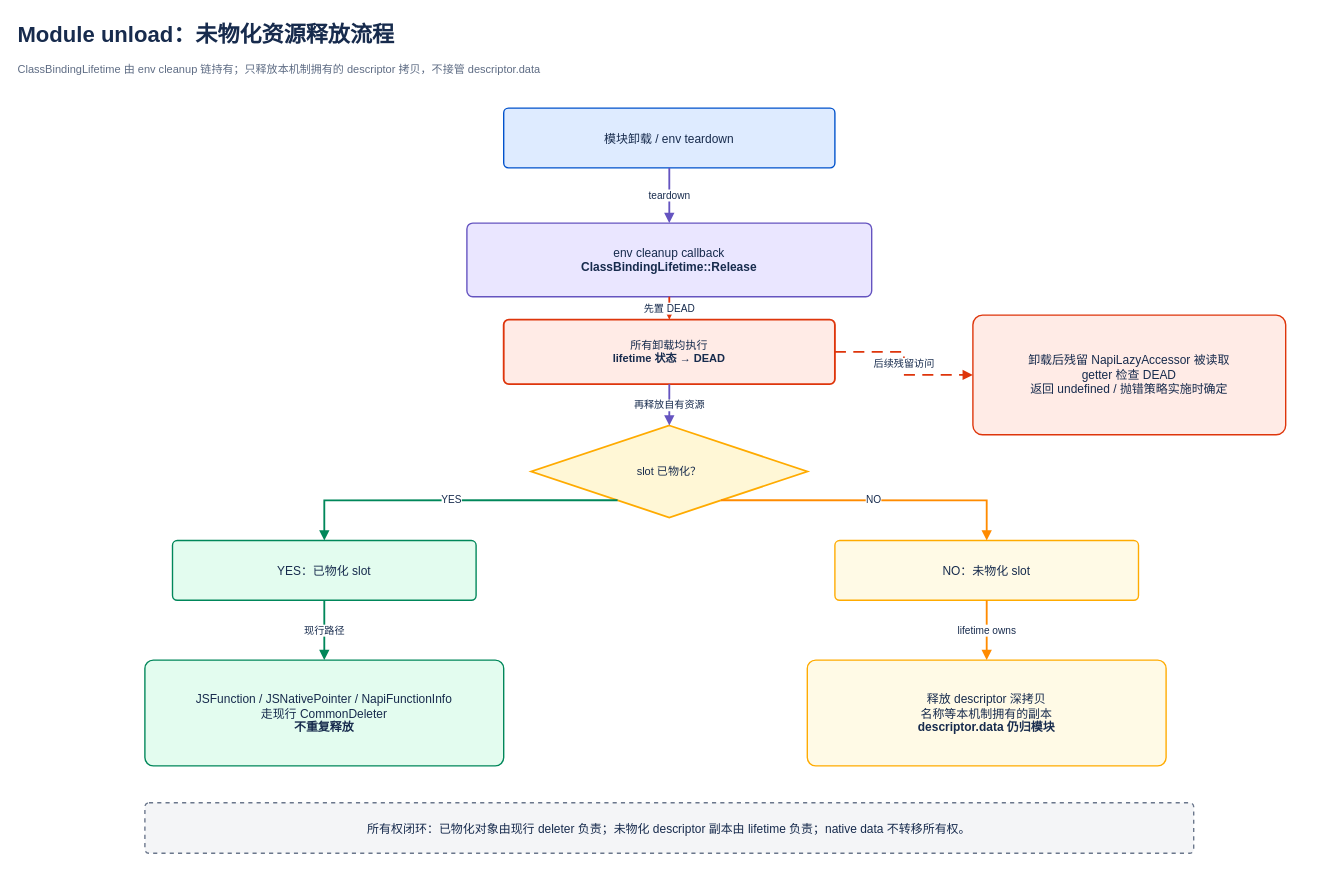
This is hidden-class-comparison/detailed-proposals/native-interop-lazy-binding/napi-lazy-binding-unload-flow.drawio from xuanjiazhen/invest, a draw.io file, before an edit. Source tidied: cells renumbered, new cells numbered last; positions are measured from the earlier drawing's top-left corner, leaving out a move shared by most shapes. Both pictures are drawn from the tidied source at 92%, with x=0, y=0 at pixel (16, 16).
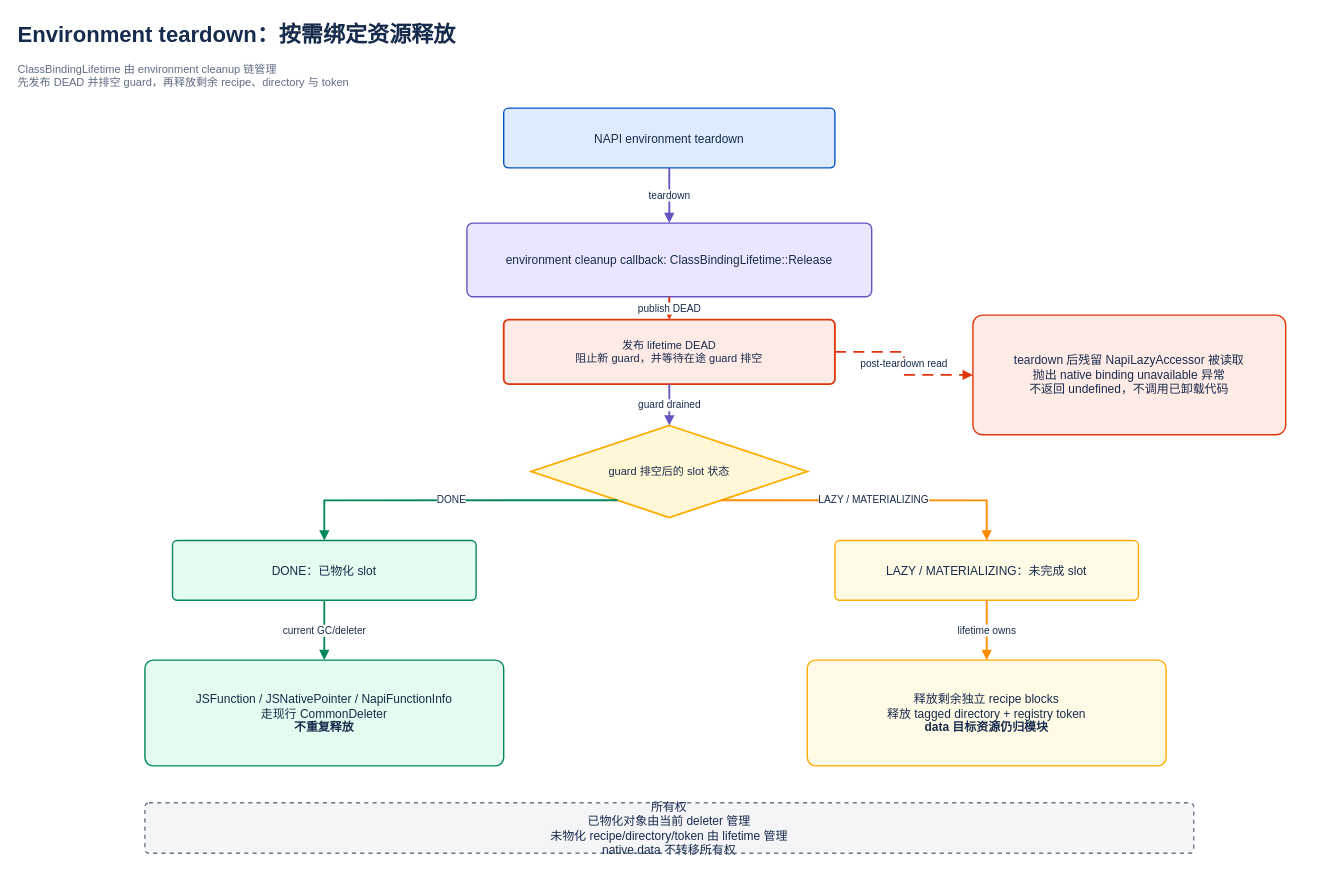
The same page after the edit.

Unchanged cells that the change refers to:
```xml
<mxCell id="10" value="JSFunction / JSNativePointer / NapiFunctionInfo&lt;br&gt;走现行 CommonDeleter&lt;br&gt;&lt;b&gt;不重复释放&lt;/b&gt;" style="rounded=1;arcSize=8;whiteSpace=wrap;html=1;align=center;verticalAlign=middle;fontSize=13;spacing=8;fillColor=#E3FCEF;strokeColor=#00875A;strokeWidth=1.5;fontColor=#172B4D;" parent="1" vertex="1">
  <mxGeometry x="140" y="700" width="390" height="115" as="geometry" />
</mxCell>
```

Diff of the diagram source:
```diff
@@
-    <mxCell id="2" value="Module unload：未物化资源释放流程" style="text;html=1;strokeColor=none;fillColor=none;align=left;verticalAlign=middle;fontSize=24;fontStyle=1;fontColor=#172B4D;whiteSpace=wrap;" parent="1" vertex="1">
+    <mxCell id="2" value="Environment teardown：按需绑定资源释放" style="text;html=1;strokeColor=none;fillColor=none;align=left;verticalAlign=middle;fontSize=24;fontStyle=1;fontColor=#172B4D;whiteSpace=wrap;" parent="1" vertex="1">
       <mxGeometry width="1420" height="42" as="geometry" />
     </mxCell>
-    <mxCell id="3" value="ClassBindingLifetime 由 env cleanup 链持有；只释放本机制拥有的 descriptor 拷贝，不接管 descriptor.data" style="text;html=1;strokeColor=none;fillColor=none;align=left;verticalAlign=top;fontSize=12;fontColor=#5E6C84;whiteSpace=wrap;" parent="1" vertex="1">
+    <mxCell id="3" value="ClassBindingLifetime 由 environment cleanup 链管理&lt;div&gt;先发布 DEAD 并排空 guard，再释放剩余 recipe、directory 与 token&lt;/div&gt;" style="text;html=1;strokeColor=none;fillColor=none;align=left;verticalAlign=top;fontSize=12;fontColor=#5E6C84;whiteSpace=wrap;" parent="1" vertex="1">
       <mxGeometry y="44" width="1420" height="34" as="geometry" />
     </mxCell>
-    <mxCell id="4" value="模块卸载 / env teardown" style="rounded=1;arcSize=8;whiteSpace=wrap;html=1;align=center;verticalAlign=middle;fontSize=13;spacing=8;fillColor=#DEEBFF;strokeColor=#0052CC;strokeWidth=1.5;fontColor=#172B4D;" parent="1" vertex="1">
+    <mxCell id="4" value="NAPI environment teardown" style="rounded=1;arcSize=8;whiteSpace=wrap;html=1;align=center;verticalAlign=middle;fontSize=13;spacing=8;fillColor=#DEEBFF;strokeColor=#0052CC;strokeWidth=1.5;fontColor=#172B4D;" parent="1" vertex="1">
       <mxGeometry x="530" y="100" width="360" height="65" as="geometry" />
     </mxCell>
-    <mxCell id="5" value="env cleanup callback&lt;br&gt;&lt;b&gt;ClassBindingLifetime::Release&lt;/b&gt;" style="rounded=1;arcSize=8;whiteSpace=wrap;html=1;align=center;verticalAlign=middle;fontSize=13;spacing=8;fillColor=#EAE6FF;strokeColor=#6554C0;strokeWidth=1.5;fontColor=#172B4D;" parent="1" vertex="1">
+    <mxCell id="5" value="environment cleanup callback: ClassBindingLifetime::Release" style="rounded=1;arcSize=8;whiteSpace=wrap;html=1;align=center;verticalAlign=middle;fontSize=13;spacing=8;fillColor=#EAE6FF;strokeColor=#6554C0;strokeWidth=1.5;fontColor=#172B4D;" parent="1" vertex="1">
       <mxGeometry x="490" y="225" width="440" height="80" as="geometry" />
     </mxCell>
@@
-    <mxCell id="7" value="YES：已物化 slot" style="rounded=1;arcSize=8;whiteSpace=wrap;html=1;align=center;verticalAlign=middle;fontSize=13;spacing=8;fillColor=#E3FCEF;strokeColor=#00875A;strokeWidth=1.5;fontColor=#172B4D;" parent="1" vertex="1">
+    <mxCell id="7" value="DONE：已物化 slot" style="rounded=1;arcSize=8;whiteSpace=wrap;html=1;align=center;verticalAlign=middle;fontSize=13;spacing=8;fillColor=#E3FCEF;strokeColor=#00875A;strokeWidth=1.5;fontColor=#172B4D;" parent="1" vertex="1">
       <mxGeometry x="170" y="570" width="330" height="65" as="geometry" />
     </mxCell>
-    <mxCell id="8" value="NO：未物化 slot" style="rounded=1;arcSize=8;whiteSpace=wrap;html=1;align=center;verticalAlign=middle;fontSize=13;spacing=8;fillColor=#FFFAE6;strokeColor=#FFAB00;strokeWidth=1.5;fontColor=#172B4D;" parent="1" vertex="1">
+    <mxCell id="8" value="LAZY / MATERIALIZING：未完成 slot" style="rounded=1;arcSize=8;whiteSpace=wrap;html=1;align=center;verticalAlign=middle;fontSize=13;spacing=8;fillColor=#FFFAE6;strokeColor=#FFAB00;strokeWidth=1.5;fontColor=#172B4D;" parent="1" vertex="1">
       <mxGeometry x="890" y="570" width="330" height="65" as="geometry" />
     </mxCell>
-    <mxCell id="9" value="所有卸载均执行&lt;br&gt;&lt;b&gt;lifetime 状态 → DEAD&lt;/b&gt;" style="rounded=1;arcSize=8;whiteSpace=wrap;html=1;align=center;verticalAlign=middle;fontSize=12;spacing=6;fillColor=#FFEBE6;strokeColor=#DE350B;strokeWidth=2;fontColor=#172B4D;" parent="1" vertex="1">
+    <mxCell id="9" value="发布 lifetime DEAD&lt;div&gt;阻止新 guard，并等待在途 guard 排空&lt;/div&gt;" style="rounded=1;arcSize=8;whiteSpace=wrap;html=1;align=center;verticalAlign=middle;fontSize=12;spacing=6;fillColor=#FFEBE6;strokeColor=#DE350B;strokeWidth=2;fontColor=#172B4D;" parent="1" vertex="1">
       <mxGeometry x="530" y="330" width="360" height="70" as="geometry" />
     </mxCell>
@@
-    <mxCell id="11" value="释放 descriptor 深拷贝&lt;br&gt;名称等本机制拥有的副本&lt;br&gt;&lt;b&gt;descriptor.data 仍归模块&lt;/b&gt;" style="rounded=1;arcSize=8;whiteSpace=wrap;html=1;align=center;verticalAlign=middle;fontSize=13;spacing=8;fillColor=#FFFAE6;strokeColor=#FFAB00;strokeWidth=1.5;fontColor=#172B4D;" parent="1" vertex="1">
+    <mxCell id="11" value="释放剩余独立 recipe blocks&lt;br&gt;释放 tagged directory + registry token&lt;br&gt;&lt;b&gt;data 目标资源仍归模块&lt;/b&gt;" style="rounded=1;arcSize=8;whiteSpace=wrap;html=1;align=center;verticalAlign=middle;fontSize=13;spacing=8;fillColor=#FFFAE6;strokeColor=#FFAB00;strokeWidth=1.5;fontColor=#172B4D;" parent="1" vertex="1">
       <mxGeometry x="860" y="700" width="390" height="115" as="geometry" />
     </mxCell>
-    <mxCell id="12" value="卸载后残留 NapiLazyAccessor 被读取&lt;br&gt;getter 检查 DEAD&lt;br&gt;返回 undefined / 抛错策略实施时确定" style="rounded=1;arcSize=8;whiteSpace=wrap;html=1;align=center;verticalAlign=middle;fontSize=13;spacing=8;fillColor=#FFEBE6;strokeColor=#DE350B;strokeWidth=1.5;fontColor=#172B4D;" parent="1" vertex="1">
+    <mxCell id="12" value="teardown 后残留 NapiLazyAccessor 被读取&lt;div&gt;抛出 native binding unavailable 异常&lt;/div&gt;&lt;div&gt;不返回 undefined，不调用已卸载代码&lt;/div&gt;" style="rounded=1;arcSize=8;whiteSpace=wrap;html=1;align=center;verticalAlign=middle;fontSize=13;spacing=8;fillColor=#FFEBE6;strokeColor=#DE350B;strokeWidth=1.5;fontColor=#172B4D;" parent="1" vertex="1">
       <mxGeometry x="1040" y="325" width="340" height="130" as="geometry" />
     </mxCell>
-    <mxCell id="13" value="所有权闭环：已物化对象由现行 deleter 负责；未物化 descriptor 副本由 lifetime 负责；native data 不转移所有权。" style="rounded=1;arcSize=8;whiteSpace=wrap;html=1;align=center;verticalAlign=middle;fontSize=13;spacing=8;fillColor=#F4F5F7;strokeColor=#6B778C;strokeWidth=1.5;fontColor=#172B4D;dashed=1;" parent="1" vertex="1">
+    <mxCell id="13" value="所有权&lt;div&gt;已物化对象由当前 deleter 管理&lt;/div&gt;&lt;div&gt;未物化 recipe/directory/token 由 lifetime 管理&lt;/div&gt;&lt;div&gt;native data 不转移所有权&lt;/div&gt;" style="rounded=1;arcSize=8;whiteSpace=wrap;html=1;align=center;verticalAlign=middle;fontSize=13;spacing=8;fillColor=#F4F5F7;strokeColor=#6B778C;strokeWidth=1.5;fontColor=#172B4D;dashed=1;" parent="1" vertex="1">
       <mxGeometry x="140" y="855" width="1140" height="55" as="geometry" />
     </mxCell>
-    <mxCell id="14" value="slot 已物化？" style="rhombus;whiteSpace=wrap;html=1;align=center;verticalAlign=middle;fontSize=12;spacing=4;fillColor=#FFF7D6;strokeColor=#FFAB00;strokeWidth=2;fontColor=#172B4D;" parent="1" vertex="1">
+    <mxCell id="14" value="guard 排空后的 slot 状态" style="rhombus;whiteSpace=wrap;html=1;align=center;verticalAlign=middle;fontSize=12;spacing=4;fillColor=#FFF7D6;strokeColor=#FFAB00;strokeWidth=2;fontColor=#172B4D;" parent="1" vertex="1">
       <mxGeometry x="560" y="445" width="300" height="100" as="geometry" />
     </mxCell>
-    <mxCell id="15" value="先置 DEAD" style="edgeStyle=orthogonalEdgeStyle;rounded=0;jettySize=auto;html=1;strokeColor=#DE350B;strokeWidth=2;endArrow=block;endFill=1;fontSize=11;fontColor=#172B4D;labelBackgroundColor=#FFFFFF;exitX=0.5;exitY=1;entryX=0.5;entryY=0;" parent="1" edge="1" source="5" target="9">
+    <mxCell id="15" value="publish DEAD" style="edgeStyle=orthogonalEdgeStyle;rounded=0;jettySize=auto;html=1;strokeColor=#DE350B;strokeWidth=2;endArrow=block;endFill=1;fontSize=11;fontColor=#172B4D;labelBackgroundColor=#FFFFFF;exitX=0.5;exitY=1;entryX=0.5;entryY=0;" parent="1" edge="1" source="5" target="9">
       <mxGeometry relative="1" as="geometry" />
     </mxCell>
-    <mxCell id="16" value="再释放自有资源" style="edgeStyle=orthogonalEdgeStyle;rounded=0;jettySize=auto;html=1;strokeColor=#6554C0;strokeWidth=2;endArrow=block;endFill=1;fontSize=11;fontColor=#172B4D;labelBackgroundColor=#FFFFFF;exitX=0.5;exitY=1;entryX=0.5;entryY=0;" parent="1" edge="1" source="9" target="14">
+    <mxCell id="16" value="guard drained" style="edgeStyle=orthogonalEdgeStyle;rounded=0;jettySize=auto;html=1;strokeColor=#6554C0;strokeWidth=2;endArrow=block;endFill=1;fontSize=11;fontColor=#172B4D;labelBackgroundColor=#FFFFFF;exitX=0.5;exitY=1;entryX=0.5;entryY=0;" parent="1" edge="1" source="9" target="14">
       <mxGeometry relative="1" as="geometry" />
     </mxCell>
-    <mxCell id="17" value="YES" style="edgeStyle=orthogonalEdgeStyle;rounded=0;jettySize=auto;html=1;strokeColor=#00875A;strokeWidth=2;endArrow=block;endFill=1;fontSize=11;fontColor=#172B4D;labelBackgroundColor=#FFFFFF;exitX=0.2;exitY=1;entryX=0.5;entryY=0;" parent="1" edge="1" source="14" target="7">
+    <mxCell id="17" value="DONE" style="edgeStyle=orthogonalEdgeStyle;rounded=0;jettySize=auto;html=1;strokeColor=#00875A;strokeWidth=2;endArrow=block;endFill=1;fontSize=11;fontColor=#172B4D;labelBackgroundColor=#FFFFFF;exitX=0.2;exitY=1;entryX=0.5;entryY=0;" parent="1" edge="1" source="14" target="7">
       <mxGeometry relative="1" as="geometry" />
     </mxCell>
-    <mxCell id="18" value="NO" style="edgeStyle=orthogonalEdgeStyle;rounded=0;jettySize=auto;html=1;strokeColor=#FF8B00;strokeWidth=2;endArrow=block;endFill=1;fontSize=11;fontColor=#172B4D;labelBackgroundColor=#FFFFFF;exitX=0.8;exitY=1;entryX=0.5;entryY=0;" parent="1" edge="1" source="14" target="8">
+    <mxCell id="18" value="LAZY / MATERIALIZING" style="edgeStyle=orthogonalEdgeStyle;rounded=0;jettySize=auto;html=1;strokeColor=#FF8B00;strokeWidth=2;endArrow=block;endFill=1;fontSize=11;fontColor=#172B4D;labelBackgroundColor=#FFFFFF;exitX=0.8;exitY=1;entryX=0.5;entryY=0;" parent="1" edge="1" source="14" target="8">
       <mxGeometry relative="1" as="geometry" />
     </mxCell>
-    <mxCell id="19" value="现行路径" style="edgeStyle=orthogonalEdgeStyle;rounded=0;jettySize=auto;html=1;strokeColor=#00875A;strokeWidth=2;endArrow=block;endFill=1;fontSize=11;fontColor=#172B4D;labelBackgroundColor=#FFFFFF;" parent="1" edge="1" source="7" target="10">
+    <mxCell id="19" value="current GC/deleter" style="edgeStyle=orthogonalEdgeStyle;rounded=0;jettySize=auto;html=1;strokeColor=#00875A;strokeWidth=2;endArrow=block;endFill=1;fontSize=11;fontColor=#172B4D;labelBackgroundColor=#FFFFFF;" parent="1" edge="1" source="7" target="10">
       <mxGeometry relative="1" as="geometry" />
     </mxCell>
@@
-    <mxCell id="21" value="后续残留访问" style="edgeStyle=orthogonalEdgeStyle;rounded=0;jettySize=auto;html=1;strokeColor=#DE350B;strokeWidth=2;endArrow=block;endFill=1;fontSize=11;fontColor=#172B4D;labelBackgroundColor=#FFFFFF;dashed=1;dashPattern=6 4;exitX=1;exitY=0.5;entryX=0;entryY=0.5;" parent="1" edge="1" source="9" target="12">
+    <mxCell id="21" value="post-teardown read" style="edgeStyle=orthogonalEdgeStyle;rounded=0;jettySize=auto;html=1;strokeColor=#DE350B;strokeWidth=2;endArrow=block;endFill=1;fontSize=11;fontColor=#172B4D;labelBackgroundColor=#FFFFFF;dashed=1;dashPattern=6 4;exitX=1;exitY=0.5;entryX=0;entryY=0.5;" parent="1" edge="1" source="9" target="12">
       <mxGeometry relative="1" as="geometry" />
     </mxCell>
```
